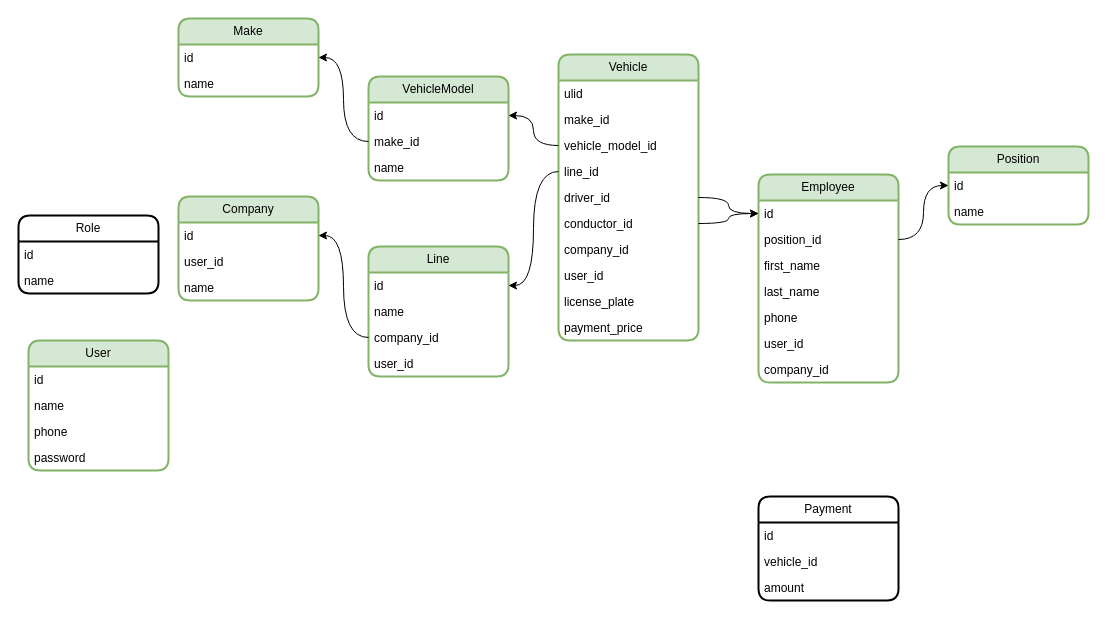
The draw.io diagram karsoft-transport.drawio in iztileuoff/databases, before the edit. Source tidied: cells renumbered, new cells numbered last; positions are measured from the earlier drawing's top-left corner, leaving out a move shared by most shapes. Both pictures are drawn from the tidied source at 100%, with x=0, y=0 at pixel (18, 18).
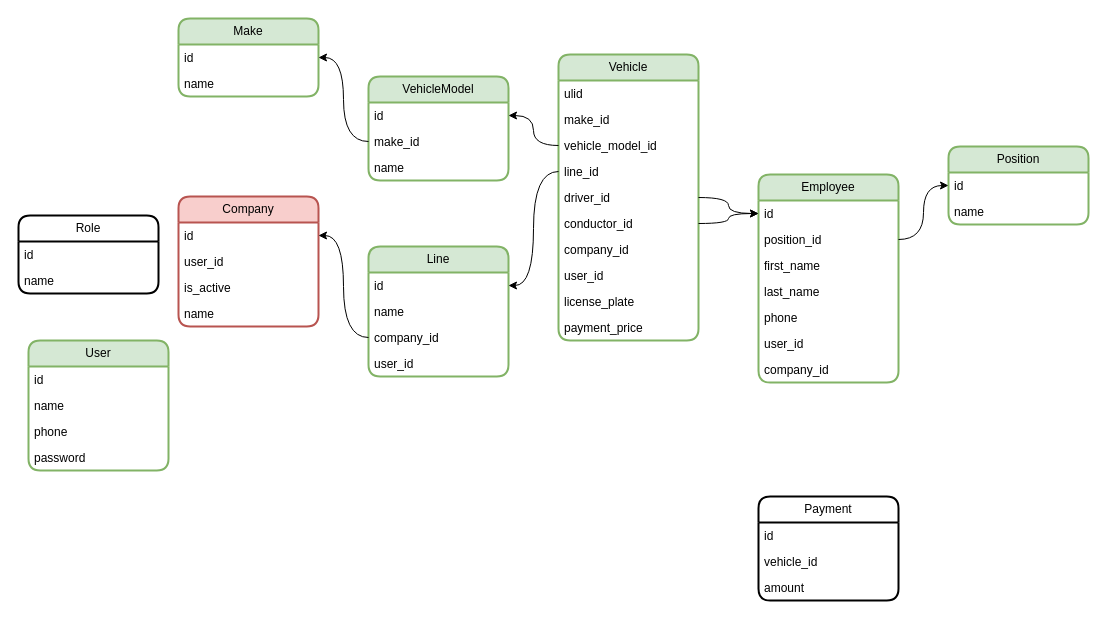
After the change.

The edit, as a diff of the source:
```diff
@@
-    <mxCell id="25" value="Company" style="swimlane;fontStyle=0;horizontal=1;startSize=26;fillColor=#d5e8d4;whiteSpace=wrap;html=1;rounded=1;shadow=0;glass=0;strokeWidth=2;strokeColor=#82b366;" parent="1" vertex="1">
-      <mxGeometry x="160" y="178" width="140" height="104" as="geometry" />
+    <mxCell id="25" value="Company" style="swimlane;fontStyle=0;horizontal=1;startSize=26;fillColor=#f8cecc;whiteSpace=wrap;html=1;rounded=1;shadow=0;glass=0;strokeWidth=2;strokeColor=#b85450;" parent="1" vertex="1">
+      <mxGeometry x="160" y="178" width="140" height="130" as="geometry" />
     </mxCell>
@@
+    <mxCell id="59" value="is_active" style="text;strokeColor=none;fillColor=none;align=left;verticalAlign=top;spacingLeft=4;spacingRight=4;overflow=hidden;whiteSpace=wrap;html=1;" parent="25" vertex="1">
+      <mxGeometry y="78" width="140" height="26" as="geometry" />
+    </mxCell>
     <mxCell id="28" value="name" style="text;strokeColor=none;fillColor=none;align=left;verticalAlign=top;spacingLeft=4;spacingRight=4;overflow=hidden;whiteSpace=wrap;html=1;" parent="25" vertex="1">
-      <mxGeometry y="78" width="140" height="26" as="geometry" />
+      <mxGeometry y="104" width="140" height="26" as="geometry" />
     </mxCell>
```
